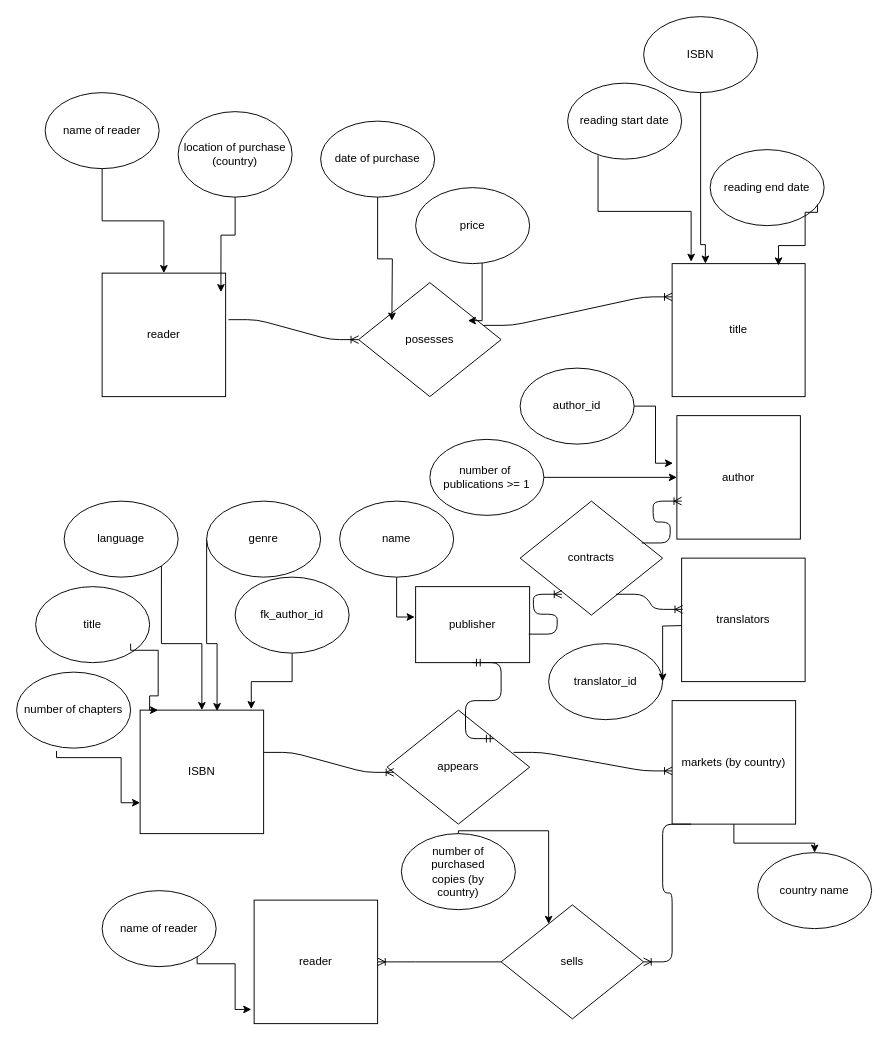
Above: DatabaseDevDay1-Exercise1_step2.drawio in Carina20/CFLMS-DatabaseDev-Carina (draw.io), before the change. Source tidied: cells renumbered, new cells numbered last; positions are measured from the earlier drawing's top-left corner, leaving out a move shared by most shapes. Both pictures are drawn from the tidied source at 95%, with x=0, y=0 at pixel (16, 16).
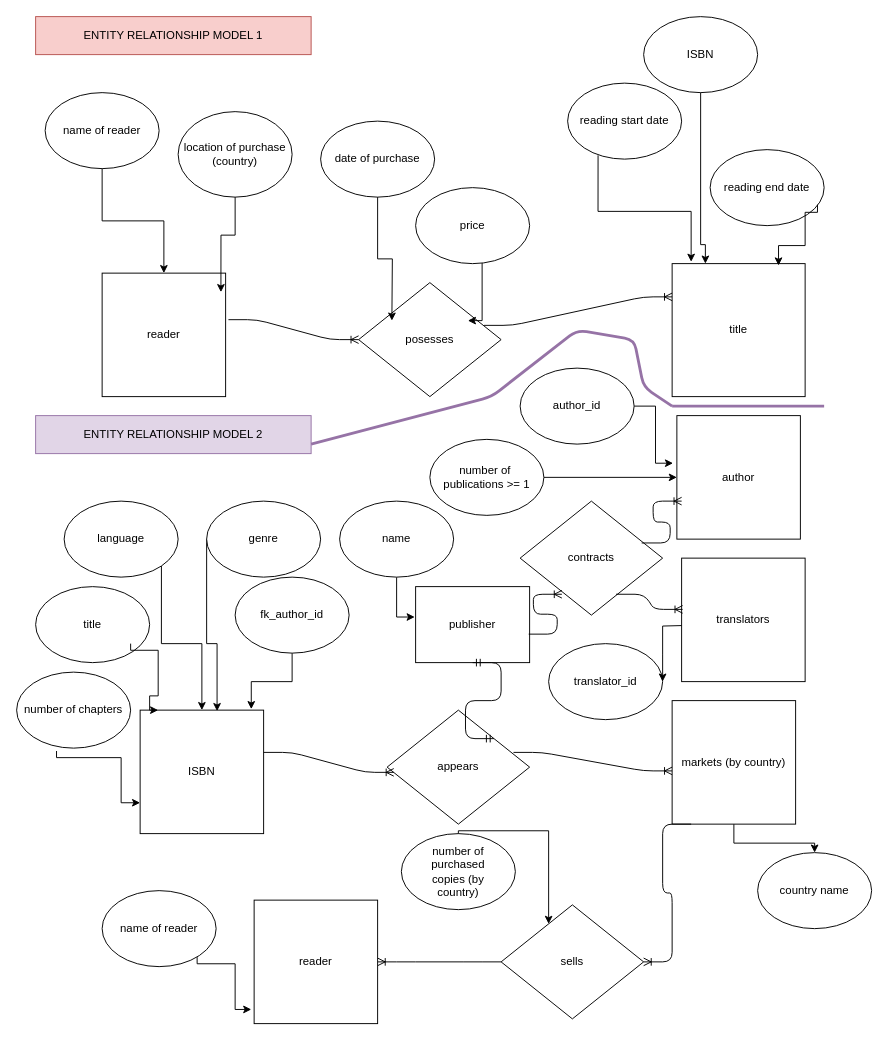
The same page after the edit.

Change to the diagram source:
```diff
@@
+    <mxCell id="62" value="ENTITY RELATIONSHIP MODEL 1" style="rounded=0;whiteSpace=wrap;html=1;fillColor=#f8cecc;strokeColor=#b85450;" parent="1" vertex="1">
+      <mxGeometry x="20" width="290" height="40" as="geometry" />
+    </mxCell>
+    <mxCell id="63" value="ENTITY RELATIONSHIP MODEL 2" style="rounded=0;whiteSpace=wrap;html=1;fillColor=#e1d5e7;strokeColor=#9673a6;" parent="1" vertex="1">
+      <mxGeometry x="20" y="420" width="290" height="40" as="geometry" />
+    </mxCell>
+    <mxCell id="64" style="endArrow=none;html=1;fillColor=#e1d5e7;strokeColor=#9673a6;strokeWidth=3;exitX=1;exitY=0.75;exitDx=0;exitDy=0;" parent="1" edge="1" source="63">
+      <mxGeometry relative="1" as="geometry">
+        <mxPoint x="690" y="410" as="targetPoint" />
+        <Array as="points">
+          <mxPoint x="500" y="400" />
+          <mxPoint x="590" y="330" />
+          <mxPoint x="650" y="340" />
+          <mxPoint x="660" y="390" />
+        </Array>
+      </mxGeometry>
+    </mxCell>
+    <mxCell id="65" style="endArrow=none;html=1;strokeWidth=3;fillColor=#e1d5e7;strokeColor=#9673a6;" parent="1" edge="1">
+      <mxGeometry relative="1" as="geometry">
+        <mxPoint x="690" y="410" as="sourcePoint" />
+        <mxPoint x="850" y="410" as="targetPoint" />
+      </mxGeometry>
+    </mxCell>
```
